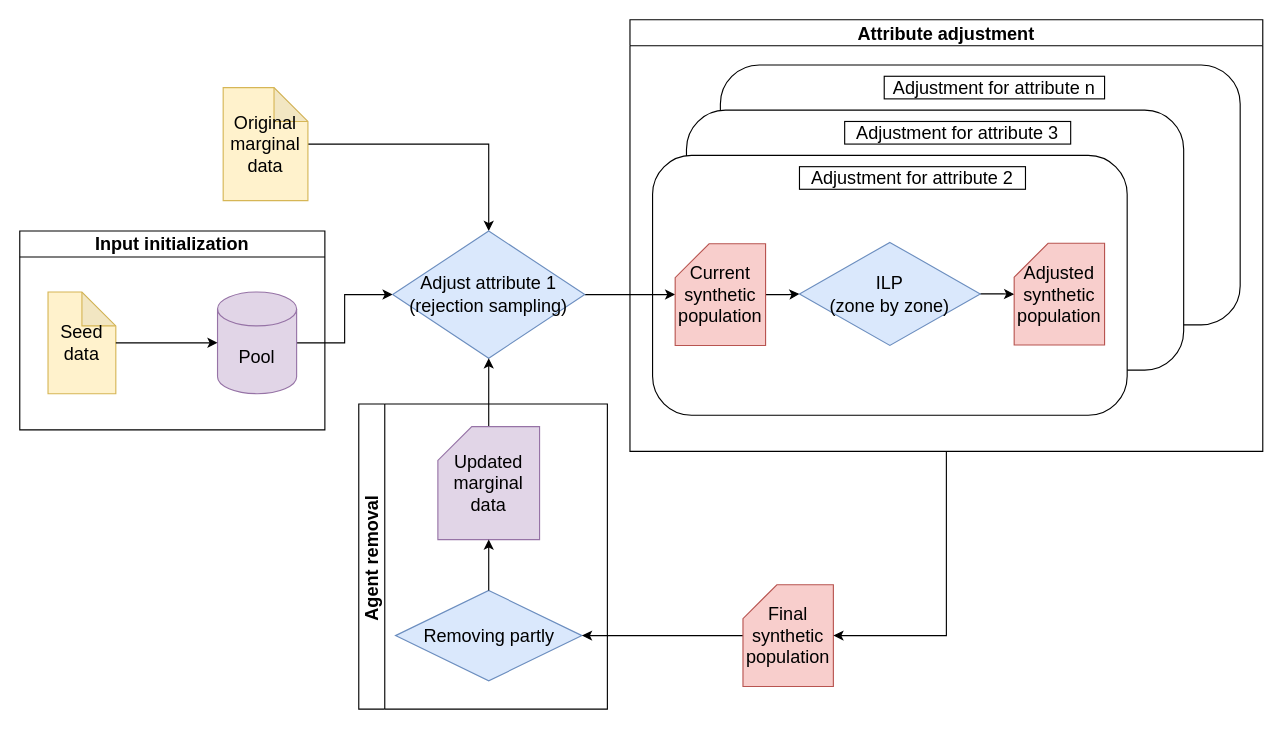
Earlier version of the draw.io diagram general_drawio/SAA_updated.drawio (bobkatla/PopSyn_Monash). Source tidied: cells renumbered, new cells numbered last; positions are measured from the earlier drawing's top-left corner, leaving out a move shared by most shapes. Both pictures are drawn from the tidied source at 113%, with x=0, y=0 at pixel (19, 19).
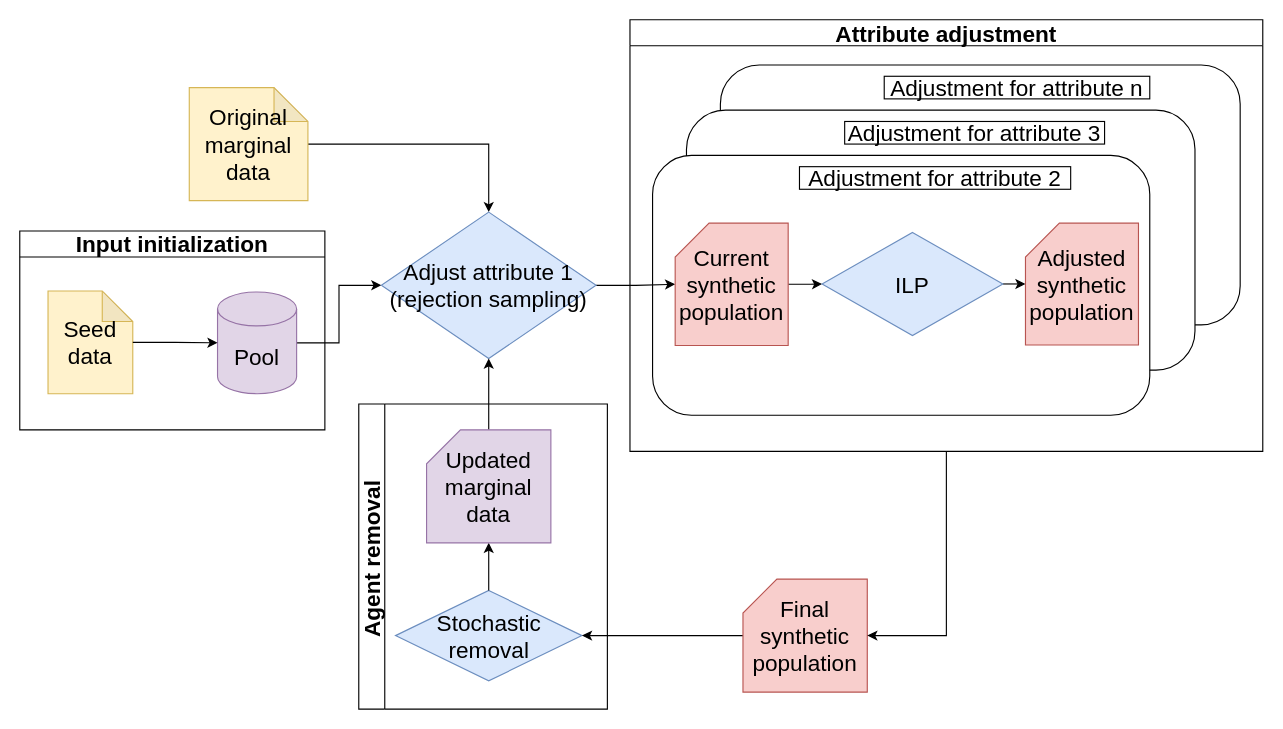
Above is the later version.

Change to the diagram source:
```diff
@@
-    <mxCell id="2" style="rounded=1;whiteSpace=wrap;html=1;fontSize=16;" parent="1" vertex="1">
+    <mxCell id="2" style="rounded=1;whiteSpace=wrap;html=1;fontSize=20;" parent="1" vertex="1">
       <mxGeometry x="620" y="40" width="460" height="230" as="geometry" />
     </mxCell>
-    <mxCell id="3" value="Adjustment for attribute n" style="rounded=0;whiteSpace=wrap;html=1;fontSize=16;" parent="1" vertex="1">
-      <mxGeometry x="765" y="50" width="195" height="20" as="geometry" />
+    <mxCell id="3" value="Adjustment for attribute n" style="rounded=0;whiteSpace=wrap;html=1;fontSize=20;" parent="1" vertex="1">
+      <mxGeometry x="765" y="50" width="235" height="20" as="geometry" />
     </mxCell>
-    <mxCell id="4" style="rounded=1;whiteSpace=wrap;html=1;fontSize=16;" parent="1" vertex="1">
-      <mxGeometry x="590" y="80" width="440" height="230" as="geometry" />
+    <mxCell id="4" style="rounded=1;whiteSpace=wrap;html=1;fontSize=20;" parent="1" vertex="1">
+      <mxGeometry x="590" y="80" width="450" height="230" as="geometry" />
     </mxCell>
-    <mxCell id="5" value="Adjustment for attribute 3" style="rounded=0;whiteSpace=wrap;html=1;fontSize=16;" parent="1" vertex="1">
-      <mxGeometry x="730" y="90" width="200" height="20" as="geometry" />
+    <mxCell id="5" value="Adjustment for attribute 3" style="rounded=0;whiteSpace=wrap;html=1;fontSize=20;" parent="1" vertex="1">
+      <mxGeometry x="730" y="90" width="230" height="20" as="geometry" />
     </mxCell>
-    <mxCell id="6" style="rounded=1;whiteSpace=wrap;html=1;fontSize=16;" parent="1" vertex="1">
-      <mxGeometry x="560" y="120" width="420" height="230" as="geometry" />
+    <mxCell id="6" style="rounded=1;whiteSpace=wrap;html=1;fontSize=20;" parent="1" vertex="1">
+      <mxGeometry x="560" y="120" width="440" height="230" as="geometry" />
     </mxCell>
-    <mxCell id="7" value="Seed data" style="shape=note;whiteSpace=wrap;html=1;backgroundOutline=1;darkOpacity=0.05;fillColor=#fff2cc;strokeColor=#d6b656;fontSize=16;" parent="1" vertex="1">
-      <mxGeometry x="25" y="240.9" width="60" height="90" as="geometry" />
+    <mxCell id="7" value="Seed data" style="shape=note;whiteSpace=wrap;html=1;backgroundOutline=1;darkOpacity=0.05;fillColor=#fff2cc;strokeColor=#d6b656;fontSize=20;size=27;" parent="1" vertex="1">
+      <mxGeometry x="25" y="240" width="75" height="90.9" as="geometry" />
     </mxCell>
-    <mxCell id="8" style="edgeStyle=orthogonalEdgeStyle;rounded=0;jettySize=auto;html=1;entryX=0.5;entryY=0;entryDx=0;entryDy=0;fontSize=16;" parent="1" edge="1" source="9" target="14">
+    <mxCell id="8" style="edgeStyle=orthogonalEdgeStyle;rounded=0;jettySize=auto;html=1;entryX=0.5;entryY=0;entryDx=0;entryDy=0;fontSize=20;" parent="1" edge="1" source="9" target="14">
       <mxGeometry relative="1" as="geometry" />
     </mxCell>
-    <mxCell id="9" value="Original marginal data" style="shape=note;whiteSpace=wrap;html=1;backgroundOutline=1;darkOpacity=0.05;fillColor=#fff2cc;strokeColor=#d6b656;fontSize=16;" parent="1" vertex="1">
-      <mxGeometry x="180" y="60" width="75" height="100" as="geometry" />
+    <mxCell id="9" value="Original marginal data" style="shape=note;whiteSpace=wrap;html=1;backgroundOutline=1;darkOpacity=0.05;fillColor=#fff2cc;strokeColor=#d6b656;fontSize=20;" parent="1" vertex="1">
+      <mxGeometry x="150" y="60" width="105" height="100" as="geometry" />
     </mxCell>
-    <mxCell id="10" style="edgeStyle=orthogonalEdgeStyle;rounded=0;jettySize=auto;html=1;entryX=0;entryY=0.5;entryDx=0;entryDy=0;fontSize=16;" parent="1" edge="1" source="11" target="14">
+    <mxCell id="10" style="edgeStyle=orthogonalEdgeStyle;rounded=0;jettySize=auto;html=1;entryX=0;entryY=0.5;entryDx=0;entryDy=0;fontSize=20;" parent="1" edge="1" source="11" target="14">
       <mxGeometry relative="1" as="geometry" />
     </mxCell>
-    <mxCell id="11" value="Pool" style="shape=cylinder3;whiteSpace=wrap;html=1;boundedLbl=1;backgroundOutline=1;size=15;fillColor=#e1d5e7;strokeColor=#9673a6;fontSize=16;" parent="1" vertex="1">
+    <mxCell id="11" value="Pool" style="shape=cylinder3;whiteSpace=wrap;html=1;boundedLbl=1;backgroundOutline=1;size=15;fillColor=#e1d5e7;strokeColor=#9673a6;fontSize=20;" parent="1" vertex="1">
       <mxGeometry x="175" y="240.9" width="70" height="90" as="geometry" />
     </mxCell>
-    <mxCell id="12" style="edgeStyle=orthogonalEdgeStyle;rounded=0;jettySize=auto;html=1;entryX=0;entryY=0.5;entryDx=0;entryDy=0;entryPerimeter=0;fontSize=16;" parent="1" edge="1" source="7" target="11">
+    <mxCell id="12" style="edgeStyle=orthogonalEdgeStyle;rounded=0;jettySize=auto;html=1;entryX=0;entryY=0.5;entryDx=0;entryDy=0;entryPerimeter=0;fontSize=20;" parent="1" edge="1" source="7" target="11">
       <mxGeometry relative="1" as="geometry" />
     </mxCell>
-    <mxCell id="13" style="edgeStyle=orthogonalEdgeStyle;rounded=0;jettySize=auto;html=1;" parent="1" edge="1" source="14" target="16">
+    <mxCell id="13" style="edgeStyle=orthogonalEdgeStyle;rounded=0;jettySize=auto;html=1;fontSize=20;" parent="1" edge="1" source="14" target="16">
       <mxGeometry relative="1" as="geometry" />
     </mxCell>
-    <mxCell id="14" value="Adjust attribute 1&lt;br&gt;(rejection sampling)" style="rhombus;whiteSpace=wrap;html=1;fillColor=#dae8fc;strokeColor=#6c8ebf;fontSize=16;" parent="1" vertex="1">
-      <mxGeometry x="330" y="186.9" width="170" height="112.6" as="geometry" />
+    <mxCell id="14" value="Adjust attribute 1&lt;br&gt;(rejection sampling)" style="rhombus;whiteSpace=wrap;html=1;fillColor=#dae8fc;strokeColor=#6c8ebf;fontSize=20;" parent="1" vertex="1">
+      <mxGeometry x="320" y="170.2" width="190" height="129.6" as="geometry" />
     </mxCell>
-    <mxCell id="15" style="edgeStyle=orthogonalEdgeStyle;rounded=0;jettySize=auto;html=1;entryX=0;entryY=0.5;entryDx=0;entryDy=0;fontSize=16;" parent="1" edge="1" source="16" target="28">
+    <mxCell id="15" style="edgeStyle=orthogonalEdgeStyle;rounded=0;jettySize=auto;html=1;entryX=0;entryY=0.5;entryDx=0;entryDy=0;fontSize=20;" parent="1" edge="1" source="16" target="28">
       <mxGeometry relative="1" as="geometry" />
     </mxCell>
-    <mxCell id="16" value="Current synthetic population" style="shape=card;whiteSpace=wrap;html=1;fillColor=#f8cecc;strokeColor=#b85450;fontSize=16;" parent="1" vertex="1">
-      <mxGeometry x="580" y="198.2" width="80" height="90" as="geometry" />
+    <mxCell id="16" value="Current synthetic population" style="shape=card;whiteSpace=wrap;html=1;fillColor=#f8cecc;strokeColor=#b85450;fontSize=20;" parent="1" vertex="1">
+      <mxGeometry x="580" y="180" width="100" height="108.2" as="geometry" />
     </mxCell>
-    <mxCell id="17" value="Removing partly" style="rhombus;whiteSpace=wrap;html=1;fillColor=#dae8fc;strokeColor=#6c8ebf;fontSize=16;" parent="1" vertex="1">
+    <mxCell id="17" value="Stochastic removal" style="rhombus;whiteSpace=wrap;html=1;fillColor=#dae8fc;strokeColor=#6c8ebf;fontSize=20;" parent="1" vertex="1">
       <mxGeometry x="332.5" y="505" width="165" height="80" as="geometry" />
     </mxCell>
-    <mxCell id="18" style="edgeStyle=orthogonalEdgeStyle;rounded=0;jettySize=auto;html=1;entryX=0.5;entryY=1;entryDx=0;entryDy=0;fontSize=16;" parent="1" edge="1" source="19" target="14">
+    <mxCell id="18" style="edgeStyle=orthogonalEdgeStyle;rounded=0;jettySize=auto;html=1;entryX=0.5;entryY=1;entryDx=0;entryDy=0;fontSize=20;" parent="1" edge="1" source="19" target="14">
       <mxGeometry relative="1" as="geometry" />
     </mxCell>
-    <mxCell id="19" value="Updated marginal data" style="shape=card;whiteSpace=wrap;html=1;fillColor=#e1d5e7;strokeColor=#9673a6;fontSize=16;" parent="1" vertex="1">
-      <mxGeometry x="370" y="360" width="90" height="100" as="geometry" />
-    </mxCell>
-    <mxCell id="20" style="edgeStyle=orthogonalEdgeStyle;rounded=0;jettySize=auto;html=1;entryX=1;entryY=0.5;entryDx=0;entryDy=0;fontSize=16;" parent="1" edge="1" source="21" target="17">
+    <mxCell id="20" style="edgeStyle=orthogonalEdgeStyle;rounded=0;jettySize=auto;html=1;entryX=1;entryY=0.5;entryDx=0;entryDy=0;fontSize=20;" parent="1" edge="1" source="21" target="17">
       <mxGeometry relative="1" as="geometry" />
     </mxCell>
-    <mxCell id="21" value="Final synthetic population" style="shape=card;whiteSpace=wrap;html=1;fillColor=#f8cecc;strokeColor=#b85450;fontSize=16;" parent="1" vertex="1">
-      <mxGeometry x="640" y="500" width="80" height="90" as="geometry" />
+    <mxCell id="21" value="Final synthetic population" style="shape=card;whiteSpace=wrap;html=1;fillColor=#f8cecc;strokeColor=#b85450;fontSize=20;" parent="1" vertex="1">
+      <mxGeometry x="640" y="495" width="110" height="100" as="geometry" />
     </mxCell>
-    <mxCell id="22" value="Input initialization" style="swimlane;whiteSpace=wrap;html=1;fontSize=16;" parent="1" vertex="1">
+    <mxCell id="22" value="Input initialization" style="swimlane;whiteSpace=wrap;html=1;fontSize=20;" parent="1" vertex="1">
       <mxGeometry y="186.9" width="270" height="176" as="geometry" />
     </mxCell>
-    <mxCell id="23" style="edgeStyle=orthogonalEdgeStyle;rounded=0;jettySize=auto;html=1;entryX=0.5;entryY=1;entryDx=0;entryDy=0;entryPerimeter=0;fontSize=16;" parent="1" edge="1" source="17" target="19">
+    <mxCell id="23" style="edgeStyle=orthogonalEdgeStyle;rounded=0;jettySize=auto;html=1;entryX=0.5;entryY=1;entryDx=0;entryDy=0;entryPerimeter=0;fontSize=20;" parent="1" edge="1" source="17" target="19">
       <mxGeometry relative="1" as="geometry" />
     </mxCell>
-    <mxCell id="24" value="Adjustment for attribute 2" style="rounded=0;whiteSpace=wrap;html=1;fontSize=16;" parent="1" vertex="1">
-      <mxGeometry x="690" y="130" width="200" height="20" as="geometry" />
+    <mxCell id="24" value="Adjustment for attribute 2" style="rounded=0;whiteSpace=wrap;html=1;fontSize=20;" parent="1" vertex="1">
+      <mxGeometry x="690" y="130" width="240" height="20" as="geometry" />
     </mxCell>
-    <mxCell id="25" style="edgeStyle=orthogonalEdgeStyle;rounded=0;jettySize=auto;html=1;entryX=1;entryY=0.5;entryDx=0;entryDy=0;entryPerimeter=0;fontSize=16;" parent="1" edge="1" source="26" target="21">
+    <mxCell id="25" style="edgeStyle=orthogonalEdgeStyle;rounded=0;jettySize=auto;html=1;entryX=1;entryY=0.5;entryDx=0;entryDy=0;entryPerimeter=0;fontSize=20;" parent="1" edge="1" source="26" target="21">
       <mxGeometry relative="1" as="geometry" />
     </mxCell>
-    <mxCell id="26" value="Attribute adjustment" style="swimlane;whiteSpace=wrap;html=1;fontSize=16;" parent="1" vertex="1">
+    <mxCell id="26" value="Attribute adjustment" style="swimlane;whiteSpace=wrap;html=1;fontSize=20;" parent="1" vertex="1">
       <mxGeometry x="540" width="560" height="382" as="geometry" />
     </mxCell>
-    <mxCell id="27" style="edgeStyle=orthogonalEdgeStyle;rounded=0;jettySize=auto;html=1;fontSize=16;" parent="26" edge="1" source="28" target="29">
+    <mxCell id="27" style="edgeStyle=orthogonalEdgeStyle;rounded=0;jettySize=auto;html=1;fontSize=20;" parent="26" edge="1" source="28" target="29">
       <mxGeometry relative="1" as="geometry" />
     </mxCell>
-    <mxCell id="28" value="ILP &lt;br&gt;(zone by zone)" style="rhombus;whiteSpace=wrap;html=1;fillColor=#dae8fc;strokeColor=#6c8ebf;fontSize=16;" parent="26" vertex="1">
-      <mxGeometry x="150" y="197" width="160" height="91.2" as="geometry" />
+    <mxCell id="28" value="ILP" style="rhombus;whiteSpace=wrap;html=1;fillColor=#dae8fc;strokeColor=#6c8ebf;fontSize=20;" parent="26" vertex="1">
+      <mxGeometry x="170" y="188.2" width="160" height="91.2" as="geometry" />
     </mxCell>
-    <mxCell id="29" value="Adjusted synthetic population" style="shape=card;whiteSpace=wrap;html=1;fillColor=#f8cecc;strokeColor=#b85450;fontSize=16;" parent="26" vertex="1">
-      <mxGeometry x="340" y="197.8" width="80" height="90" as="geometry" />
+    <mxCell id="29" value="Adjusted synthetic population" style="shape=card;whiteSpace=wrap;html=1;fillColor=#f8cecc;strokeColor=#b85450;fontSize=20;" parent="26" vertex="1">
+      <mxGeometry x="350" y="180" width="100" height="107.8" as="geometry" />
     </mxCell>
-    <mxCell id="30" value="&lt;font style=&quot;font-size: 16px;&quot;&gt;Agent removal&amp;nbsp;&lt;/font&gt;" style="swimlane;horizontal=0;whiteSpace=wrap;html=1;" parent="1" vertex="1">
+    <mxCell id="30" value="&lt;font&gt;Agent removal&amp;nbsp;&lt;/font&gt;" style="swimlane;horizontal=0;whiteSpace=wrap;html=1;fontSize=20;" parent="1" vertex="1">
       <mxGeometry x="300" y="340" width="220" height="270" as="geometry" />
     </mxCell>
+    <mxCell id="19" value="Updated marginal data" style="shape=card;whiteSpace=wrap;html=1;fillColor=#e1d5e7;strokeColor=#9673a6;fontSize=20;" parent="30" vertex="1">
+      <mxGeometry x="60" y="22.9" width="110" height="100" as="geometry" />
+    </mxCell>
```
